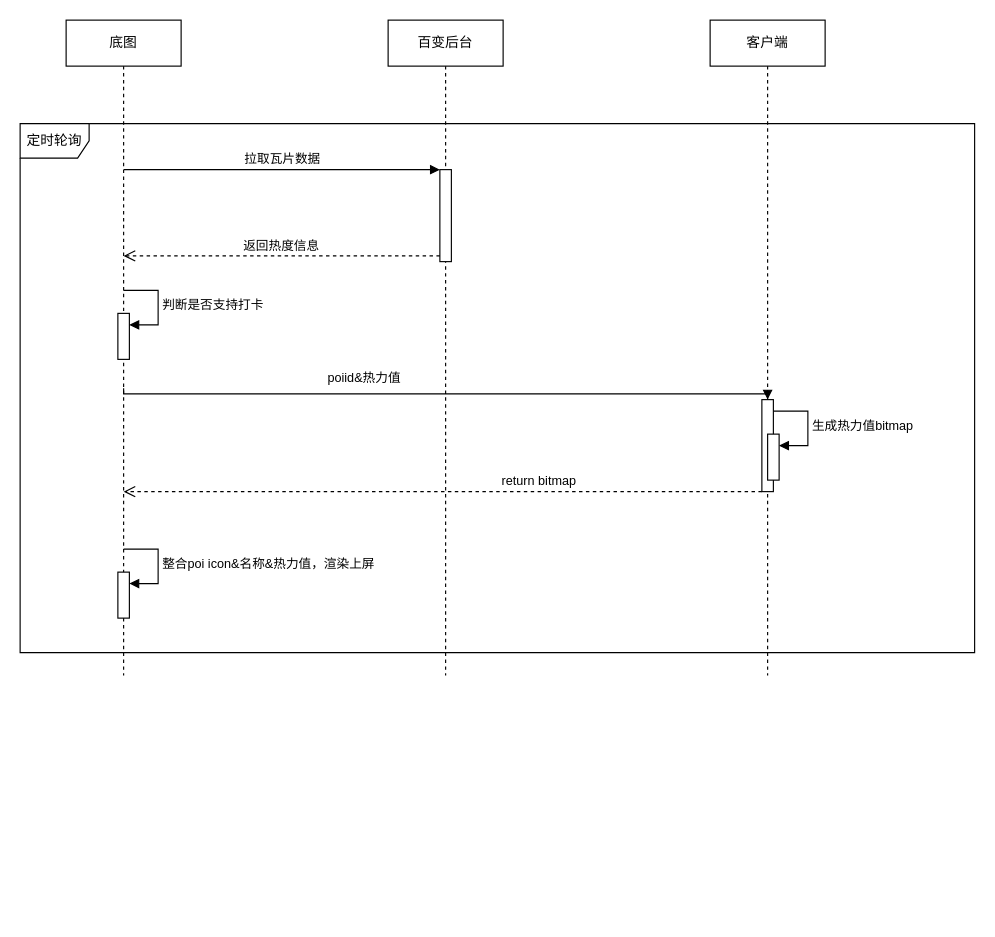
Above: page "第 2 页" (2 of 3) of 10.0.drawio in wangziji/graphics (draw.io), before the change. Source tidied: cells renumbered, new cells numbered last; positions are measured from the earlier drawing's top-left corner, leaving out a move shared by most shapes. Both pictures are drawn from the tidied source at 115%, with x=0, y=0 at pixel (20, 20).
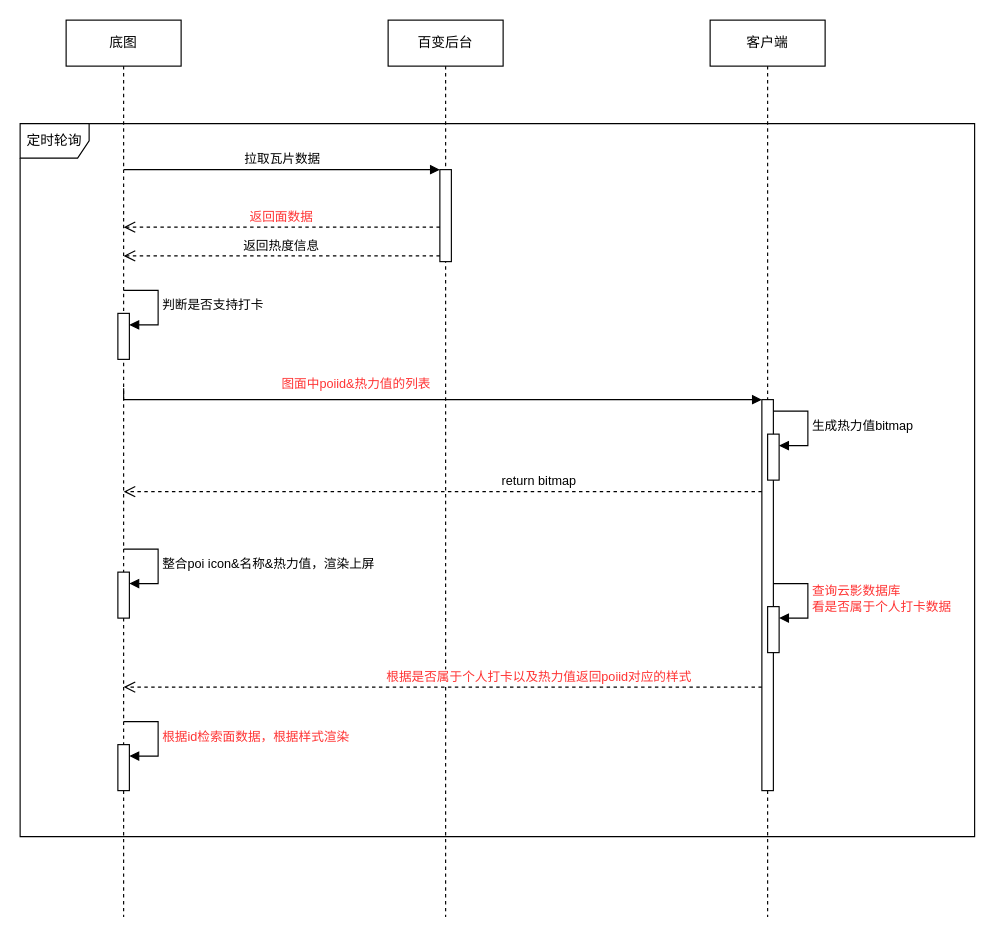
Above is the later version.

What changed in the source:
```diff
@@
     <mxCell id="2" value="底图" style="shape=umlLifeline;perimeter=lifelinePerimeter;whiteSpace=wrap;html=1;newEdgeStyle={&quot;edgeStyle&quot;:&quot;elbowEdgeStyle&quot;,&quot;elbow&quot;:&quot;vertical&quot;,&quot;curved&quot;:0,&quot;rounded&quot;:0};" parent="1" vertex="1">
-      <mxGeometry x="40" width="100" height="570" as="geometry" />
+      <mxGeometry x="40" width="100" height="780" as="geometry" />
     </mxCell>
+    <mxCell id="18" style="html=1;points=[];perimeter=orthogonalPerimeter;outlineConnect=0;targetShapes=umlLifeline;portConstraint=eastwest;newEdgeStyle={&quot;edgeStyle&quot;:&quot;elbowEdgeStyle&quot;,&quot;elbow&quot;:&quot;vertical&quot;,&quot;curved&quot;:0,&quot;rounded&quot;:0};" parent="2" vertex="1">
+      <mxGeometry x="45" y="630" width="10" height="40" as="geometry" />
+    </mxCell>
+    <mxCell id="19" value="&lt;font color=&quot;#ff3333&quot;&gt;根据id检索面数据，根据样式渲染&lt;/font&gt;" style="html=1;align=left;spacingLeft=2;endArrow=block;rounded=0;edgeStyle=orthogonalEdgeStyle;curved=0;rounded=0;" parent="2" edge="1" target="18">
+      <mxGeometry relative="1" as="geometry">
+        <mxPoint x="50" y="610" as="sourcePoint" />
+        <Array as="points">
+          <mxPoint x="80" y="640" />
+        </Array>
+      </mxGeometry>
+    </mxCell>
     <mxCell id="3" value="百变后台" style="shape=umlLifeline;perimeter=lifelinePerimeter;whiteSpace=wrap;html=1;newEdgeStyle={&quot;edgeStyle&quot;:&quot;elbowEdgeStyle&quot;,&quot;elbow&quot;:&quot;vertical&quot;,&quot;curved&quot;:0,&quot;rounded&quot;:0};" parent="1" vertex="1">
-      <mxGeometry x="320" width="100" height="570" as="geometry" />
+      <mxGeometry x="320" width="100" height="780" as="geometry" />
     </mxCell>
     <mxCell id="4" value="客户端" style="shape=umlLifeline;perimeter=lifelinePerimeter;whiteSpace=wrap;html=1;newEdgeStyle={&quot;edgeStyle&quot;:&quot;elbowEdgeStyle&quot;,&quot;elbow&quot;:&quot;vertical&quot;,&quot;curved&quot;:0,&quot;rounded&quot;:0};" parent="1" vertex="1">
-      <mxGeometry x="600" width="100" height="570" as="geometry" />
+      <mxGeometry x="600" width="100" height="780" as="geometry" />
     </mxCell>
     <mxCell id="5" value="定时轮询" style="shape=umlFrame;whiteSpace=wrap;html=1;" parent="1" vertex="1">
-      <mxGeometry y="90" width="830" height="460" as="geometry" />
+      <mxGeometry y="90" width="830" height="620" as="geometry" />
     </mxCell>
@@
     <mxCell id="11" style="html=1;points=[];perimeter=orthogonalPerimeter;outlineConnect=0;targetShapes=umlLifeline;portConstraint=eastwest;newEdgeStyle={&quot;edgeStyle&quot;:&quot;elbowEdgeStyle&quot;,&quot;elbow&quot;:&quot;vertical&quot;,&quot;curved&quot;:0,&quot;rounded&quot;:0};" parent="1" vertex="1">
-      <mxGeometry x="645" y="330" width="10" height="80" as="geometry" />
+      <mxGeometry x="645" y="330" width="10" height="340" as="geometry" />
     </mxCell>
-    <mxCell id="12" value="poiid&amp;amp;热力值" style="html=1;verticalAlign=bottom;endArrow=block;edgeStyle=elbowEdgeStyle;elbow=vertical;curved=0;rounded=0;" parent="1" edge="1" target="11">
+    <mxCell id="12" value="&lt;font color=&quot;#ff3333&quot;&gt;图面中poiid&amp;amp;热力值的列表&lt;/font&gt;" style="html=1;verticalAlign=bottom;endArrow=block;edgeStyle=elbowEdgeStyle;elbow=vertical;curved=0;rounded=0;" parent="1" edge="1" target="11">
       <mxGeometry x="-0.25" y="5" relative="1" as="geometry">
         <mxPoint x="90" y="320" as="sourcePoint" />
+        <Array as="points">
+          <mxPoint x="370" y="330" />
+        </Array>
       </mxGeometry>
     </mxCell>
@@
+    <mxCell id="20" value="&lt;font color=&quot;#ff3333&quot;&gt;返回面数据&lt;/font&gt;" style="html=1;verticalAlign=bottom;endArrow=open;dashed=1;endSize=8;edgeStyle=elbowEdgeStyle;elbow=vertical;curved=0;rounded=0;" parent="1" edge="1">
+      <mxGeometry relative="1" as="geometry">
+        <mxPoint x="365" y="180" as="sourcePoint" />
+        <mxPoint x="90" y="180" as="targetPoint" />
+      </mxGeometry>
+    </mxCell>
+    <mxCell id="21" style="html=1;points=[];perimeter=orthogonalPerimeter;outlineConnect=0;targetShapes=umlLifeline;portConstraint=eastwest;newEdgeStyle={&quot;edgeStyle&quot;:&quot;elbowEdgeStyle&quot;,&quot;elbow&quot;:&quot;vertical&quot;,&quot;curved&quot;:0,&quot;rounded&quot;:0};" parent="1" vertex="1">
+      <mxGeometry x="650" y="510" width="10" height="40" as="geometry" />
+    </mxCell>
+    <mxCell id="22" value="&lt;font color=&quot;#ff3333&quot;&gt;查询云影数据库&lt;br&gt;看是否属于个人打卡数据&lt;/font&gt;" style="html=1;align=left;spacingLeft=2;endArrow=block;rounded=0;edgeStyle=orthogonalEdgeStyle;curved=0;rounded=0;" parent="1" edge="1" target="21">
+      <mxGeometry relative="1" as="geometry">
+        <mxPoint x="655" y="490" as="sourcePoint" />
+        <Array as="points">
+          <mxPoint x="685" y="520" />
+        </Array>
+      </mxGeometry>
+    </mxCell>
+    <mxCell id="23" value="&lt;font color=&quot;#ff3333&quot;&gt;根据是否属于个人打卡以及热力值返回poiid对应的样式&lt;/font&gt;" style="html=1;verticalAlign=bottom;endArrow=open;dashed=1;endSize=8;edgeStyle=elbowEdgeStyle;elbow=vertical;curved=0;rounded=0;" parent="1" edge="1">
+      <mxGeometry x="-0.3" relative="1" as="geometry">
+        <mxPoint x="645" y="580" as="sourcePoint" />
+        <mxPoint x="90" y="580" as="targetPoint" />
+        <Array as="points">
+          <mxPoint x="420" y="580" />
+        </Array>
+      </mxGeometry>
+    </mxCell>
```
